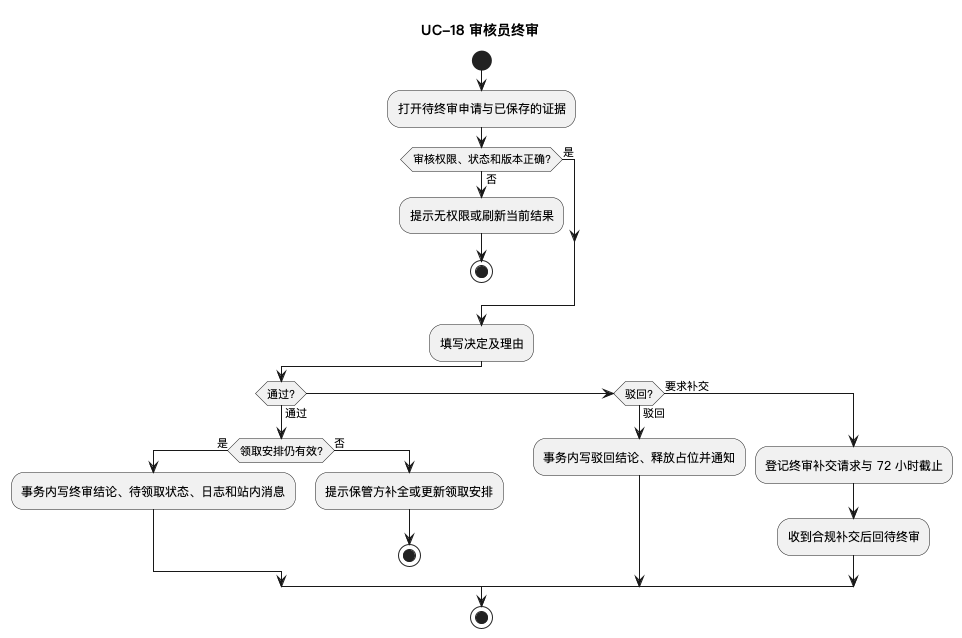
Above: docs/assets/act-uc18-final-review.png in phao90016-jpg/Tongji-campus-lost-found (PlantUML), before the change.
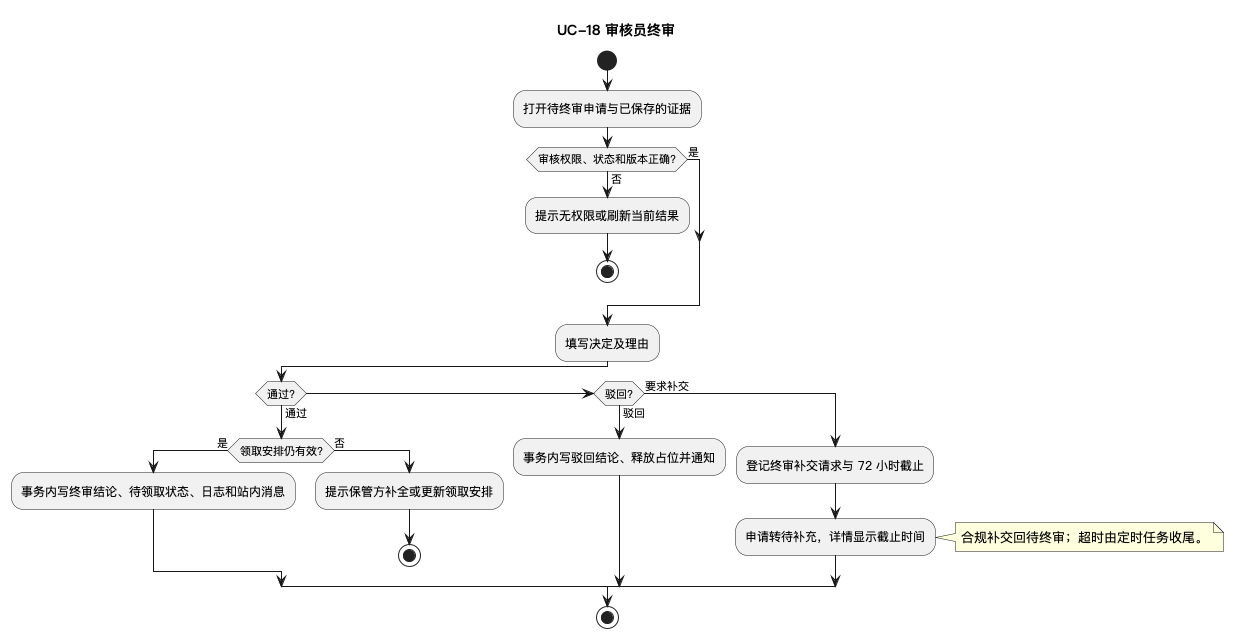
The same diagram one commit later.

What changed in the source:
```diff
@@ -24,7 +24,8 @@
   :事务内写驳回结论、释放占位并通知;
 else (要求补交)
   :登记终审补交请求与 72 小时截止;
-  :收到合规补交后回待终审;
+  :申请转待补充，详情显示截止时间;
+  note right: 合规补交回待终审；超时由定时任务收尾。
 endif
 stop
 @enduml
```
